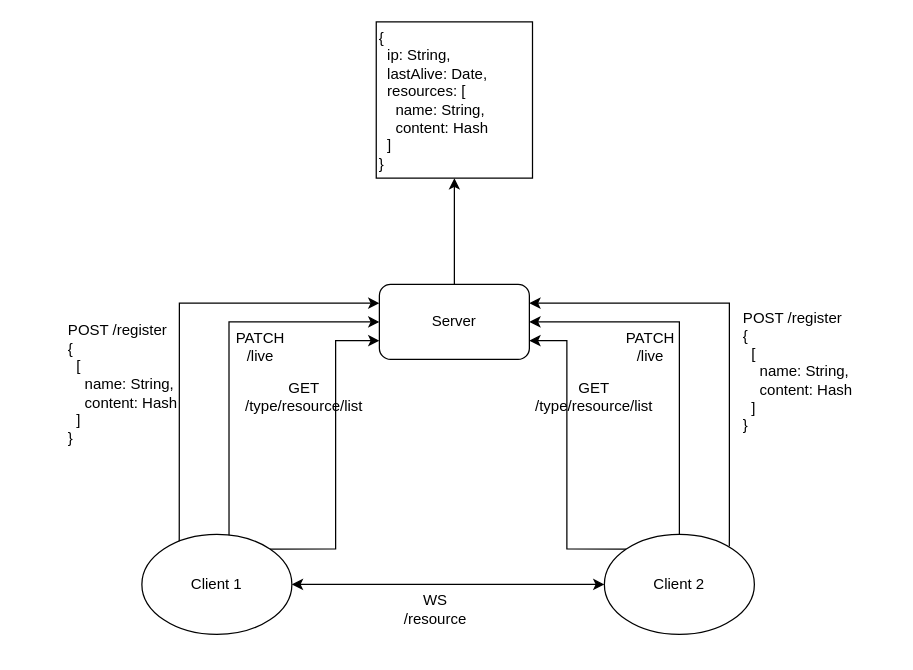
Earlier version of the draw.io diagram Arquitetura.drawio (otaviobonder-deel/t2-distribuida). Source tidied: cells renumbered, new cells numbered last; positions are measured from the earlier drawing's top-left corner, leaving out a move shared by most shapes. Both pictures are drawn from the tidied source at 125%, with x=0, y=0 at pixel (29, 21).
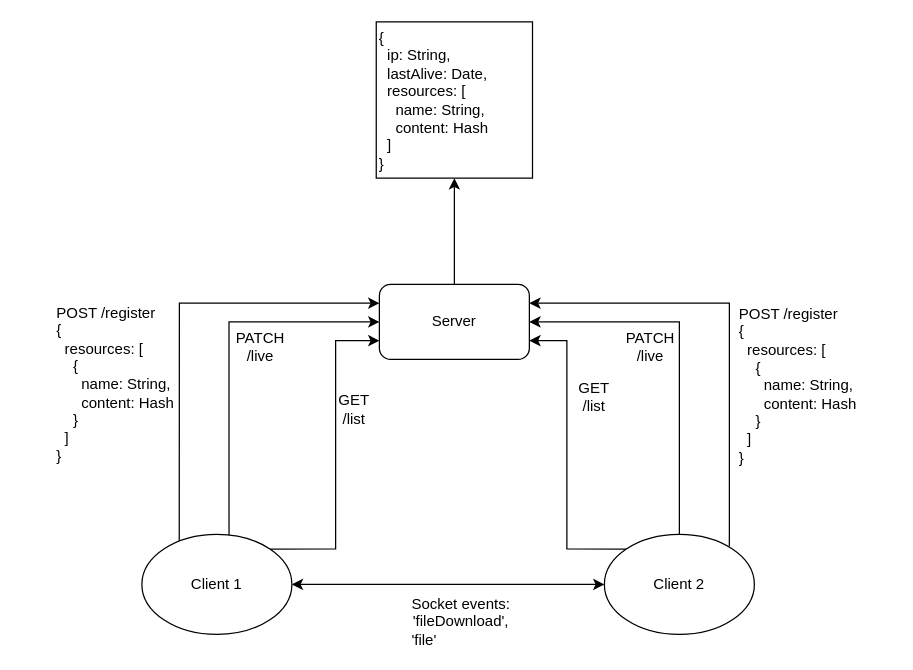
The same page after the edit.

Commit message (it also covers changes not shown here):
adicionado .env e atualizado diagrama de rotas

Change to the diagram source:
```diff
@@
-    <mxCell id="12" value="&lt;div style=&quot;text-align: left&quot;&gt;&lt;span&gt;POST /register&lt;/span&gt;&lt;/div&gt;&lt;div style=&quot;text-align: left&quot;&gt;&lt;span&gt;{&lt;/span&gt;&lt;/div&gt;&lt;div style=&quot;text-align: left&quot;&gt;&lt;span&gt;&amp;nbsp; [&lt;/span&gt;&lt;/div&gt;&lt;div style=&quot;text-align: left&quot;&gt;&lt;span&gt;&amp;nbsp; &amp;nbsp; name: String,&lt;/span&gt;&lt;/div&gt;&lt;div style=&quot;text-align: left&quot;&gt;&lt;span&gt;&amp;nbsp; &amp;nbsp; content: Hash&lt;/span&gt;&lt;/div&gt;&lt;div style=&quot;text-align: left&quot;&gt;&lt;span&gt;&amp;nbsp; ]&lt;/span&gt;&lt;/div&gt;&lt;div style=&quot;text-align: left&quot;&gt;&lt;span&gt;}&lt;/span&gt;&lt;/div&gt;" style="text;html=1;strokeColor=none;fillColor=none;align=center;verticalAlign=middle;whiteSpace=wrap;rounded=0;" parent="1" vertex="1">
-      <mxGeometry y="250" width="150" height="80" as="geometry" />
+    <mxCell id="12" value="&lt;div style=&quot;text-align: left&quot;&gt;&lt;span&gt;POST /register&lt;/span&gt;&lt;/div&gt;&lt;div style=&quot;text-align: left&quot;&gt;&lt;span&gt;{&lt;/span&gt;&lt;/div&gt;&lt;div style=&quot;text-align: left&quot;&gt;&lt;span&gt;&amp;nbsp; resources: [&lt;/span&gt;&lt;/div&gt;&lt;div style=&quot;text-align: left&quot;&gt;&lt;span&gt;&amp;nbsp; &amp;nbsp; {&lt;/span&gt;&lt;/div&gt;&lt;div style=&quot;text-align: left&quot;&gt;&lt;span&gt;&amp;nbsp; &amp;nbsp; &amp;nbsp; name: String,&lt;/span&gt;&lt;/div&gt;&lt;div style=&quot;text-align: left&quot;&gt;&lt;span&gt;&amp;nbsp; &amp;nbsp; &amp;nbsp; content: Hash&lt;/span&gt;&lt;/div&gt;&lt;div style=&quot;text-align: left&quot;&gt;&lt;span&gt;&amp;nbsp; &amp;nbsp; }&lt;/span&gt;&lt;/div&gt;&lt;div style=&quot;text-align: left&quot;&gt;&lt;span&gt;&amp;nbsp; ]&lt;/span&gt;&lt;/div&gt;&lt;div style=&quot;text-align: left&quot;&gt;&lt;span&gt;}&lt;/span&gt;&lt;/div&gt;" style="text;html=1;strokeColor=none;fillColor=none;align=center;verticalAlign=middle;whiteSpace=wrap;rounded=0;" parent="1" vertex="1">
+      <mxGeometry x="-6" y="250" width="150" height="80" as="geometry" />
     </mxCell>
-    <mxCell id="13" value="&lt;div style=&quot;text-align: left&quot;&gt;&lt;span&gt;POST /register&lt;/span&gt;&lt;/div&gt;&lt;div style=&quot;text-align: left&quot;&gt;&lt;span&gt;{&lt;/span&gt;&lt;/div&gt;&lt;div style=&quot;text-align: left&quot;&gt;&lt;span&gt;&amp;nbsp; [&lt;/span&gt;&lt;/div&gt;&lt;div style=&quot;text-align: left&quot;&gt;&lt;span&gt;&amp;nbsp; &amp;nbsp; name: String,&lt;/span&gt;&lt;/div&gt;&lt;div style=&quot;text-align: left&quot;&gt;&lt;span&gt;&amp;nbsp; &amp;nbsp; content: Hash&lt;/span&gt;&lt;/div&gt;&lt;div style=&quot;text-align: left&quot;&gt;&lt;span&gt;&amp;nbsp; ]&lt;/span&gt;&lt;/div&gt;&lt;div style=&quot;text-align: left&quot;&gt;&lt;span&gt;}&lt;/span&gt;&lt;/div&gt;" style="text;html=1;strokeColor=none;fillColor=none;align=center;verticalAlign=middle;whiteSpace=wrap;rounded=0;" parent="1" vertex="1">
-      <mxGeometry x="540" y="240" width="150" height="80" as="geometry" />
-    </mxCell>
@@
-    <mxCell id="15" value="GET /type/resource/list" style="text;html=1;strokeColor=none;fillColor=none;align=center;verticalAlign=middle;whiteSpace=wrap;rounded=0;" parent="1" vertex="1">
-      <mxGeometry x="200" y="290" width="40" height="20" as="geometry" />
+    <mxCell id="15" value="GET /list" style="text;html=1;strokeColor=none;fillColor=none;align=center;verticalAlign=middle;whiteSpace=wrap;rounded=0;" parent="1" vertex="1">
+      <mxGeometry x="240" y="300" width="40" height="20" as="geometry" />
     </mxCell>
-    <mxCell id="16" value="GET /type/resource/list" style="text;html=1;strokeColor=none;fillColor=none;align=center;verticalAlign=middle;whiteSpace=wrap;rounded=0;" parent="1" vertex="1">
+    <mxCell id="16" value="GET /list" style="text;html=1;strokeColor=none;fillColor=none;align=center;verticalAlign=middle;whiteSpace=wrap;rounded=0;" parent="1" vertex="1">
       <mxGeometry x="432" y="290" width="40" height="20" as="geometry" />
     </mxCell>
@@
-    <mxCell id="18" value="WS /resource" style="text;html=1;strokeColor=none;fillColor=none;align=center;verticalAlign=middle;whiteSpace=wrap;rounded=0;" parent="1" vertex="1">
-      <mxGeometry x="305" y="460" width="40" height="20" as="geometry" />
+    <mxCell id="18" value="Socket events:&lt;br&gt;'fileDownload',&lt;br&gt;&lt;div style=&quot;text-align: left&quot;&gt;&lt;span&gt;'file'&lt;/span&gt;&lt;/div&gt;" style="text;html=1;strokeColor=none;fillColor=none;align=center;verticalAlign=middle;whiteSpace=wrap;rounded=0;" parent="1" vertex="1">
+      <mxGeometry x="303" y="470" width="85" height="20" as="geometry" />
     </mxCell>
@@
+    <mxCell id="21" value="&lt;div style=&quot;text-align: left&quot;&gt;&lt;span&gt;POST /register&lt;/span&gt;&lt;/div&gt;&lt;div style=&quot;text-align: left&quot;&gt;&lt;span&gt;{&lt;/span&gt;&lt;/div&gt;&lt;div style=&quot;text-align: left&quot;&gt;&lt;span&gt;&amp;nbsp; resources: [&lt;/span&gt;&lt;/div&gt;&lt;div style=&quot;text-align: left&quot;&gt;&lt;span&gt;&amp;nbsp; &amp;nbsp; {&lt;/span&gt;&lt;/div&gt;&lt;div style=&quot;text-align: left&quot;&gt;&lt;span&gt;&amp;nbsp; &amp;nbsp; &amp;nbsp; name: String,&lt;/span&gt;&lt;/div&gt;&lt;div style=&quot;text-align: left&quot;&gt;&lt;span&gt;&amp;nbsp; &amp;nbsp; &amp;nbsp; content: Hash&lt;/span&gt;&lt;/div&gt;&lt;div style=&quot;text-align: left&quot;&gt;&lt;span&gt;&amp;nbsp; &amp;nbsp; }&lt;/span&gt;&lt;/div&gt;&lt;div style=&quot;text-align: left&quot;&gt;&lt;span&gt;&amp;nbsp; ]&lt;/span&gt;&lt;/div&gt;&lt;div style=&quot;text-align: left&quot;&gt;&lt;span&gt;}&lt;/span&gt;&lt;/div&gt;" style="text;html=1;strokeColor=none;fillColor=none;align=center;verticalAlign=middle;whiteSpace=wrap;rounded=0;" parent="1" vertex="1">
+      <mxGeometry x="540" y="251" width="150" height="80" as="geometry" />
+    </mxCell>
```
